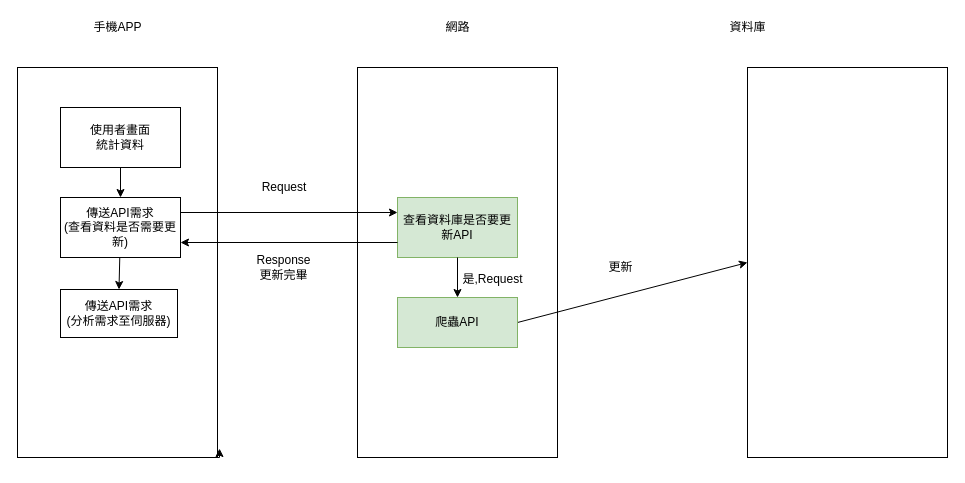
This is Untitled Diagram.drawio from a0935210570602/credit_card_analize_project, a draw.io file, before an edit. Source tidied: cells renumbered, new cells numbered last; positions are measured from the earlier drawing's top-left corner, leaving out a move shared by most shapes. Both pictures are drawn from the tidied source at 100%, with x=0, y=0 at pixel (17, 17).
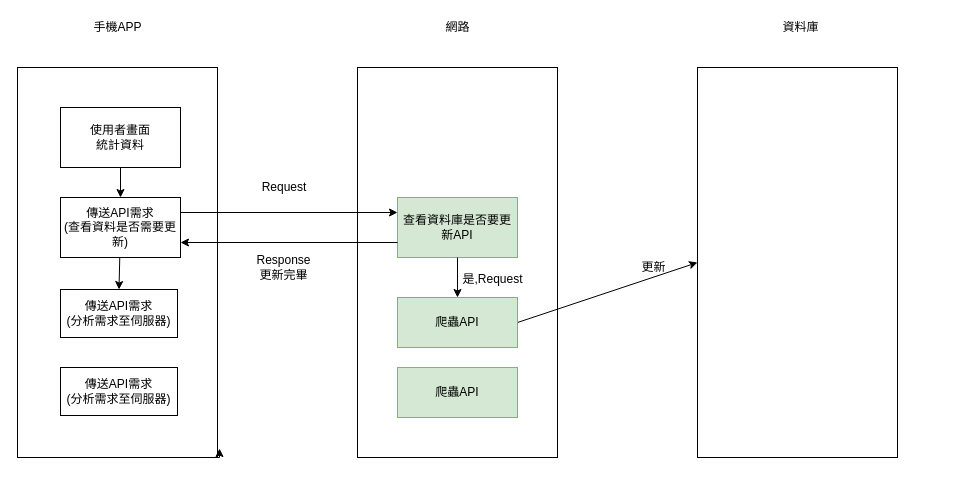
Above is the later version.

What changed in the source:
```diff
@@
     <mxCell id="14" style="rounded=0;whiteSpace=wrap;html=1;" parent="1" vertex="1">
-      <mxGeometry x="730" y="50" width="200" height="390" as="geometry" />
+      <mxGeometry x="680" y="50" width="200" height="390" as="geometry" />
     </mxCell>
     <mxCell id="15" value="資料庫" style="text;html=1;strokeColor=none;fillColor=none;align=center;verticalAlign=middle;whiteSpace=wrap;rounded=0;" parent="1" vertex="1">
-      <mxGeometry x="696.5" width="67" height="20" as="geometry" />
+      <mxGeometry x="750" width="67" height="20" as="geometry" />
     </mxCell>
@@
     <mxCell id="17" value="更新" style="text;html=1;strokeColor=none;fillColor=none;align=center;verticalAlign=middle;whiteSpace=wrap;rounded=0;" parent="1" vertex="1">
-      <mxGeometry x="570" y="240" width="67" height="20" as="geometry" />
+      <mxGeometry x="603" y="240" width="67" height="20" as="geometry" />
     </mxCell>
@@
+    <mxCell id="24" value="爬蟲API" style="rounded=0;whiteSpace=wrap;html=1;fillColor=#d5e8d4;strokeColor=#82b366;" parent="1" vertex="1">
+      <mxGeometry x="380" y="350" width="120" height="50" as="geometry" />
+    </mxCell>
+    <mxCell id="25" value="傳送API需求&lt;br&gt;(分析需求至伺服器)" style="rounded=0;whiteSpace=wrap;html=1;" parent="1" vertex="1">
+      <mxGeometry x="43" y="350" width="117" height="48" as="geometry" />
+    </mxCell>
```
